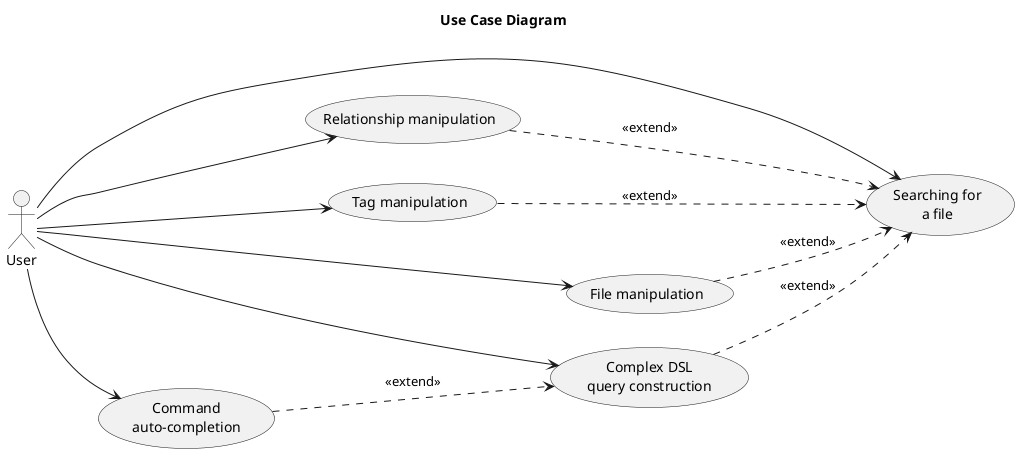
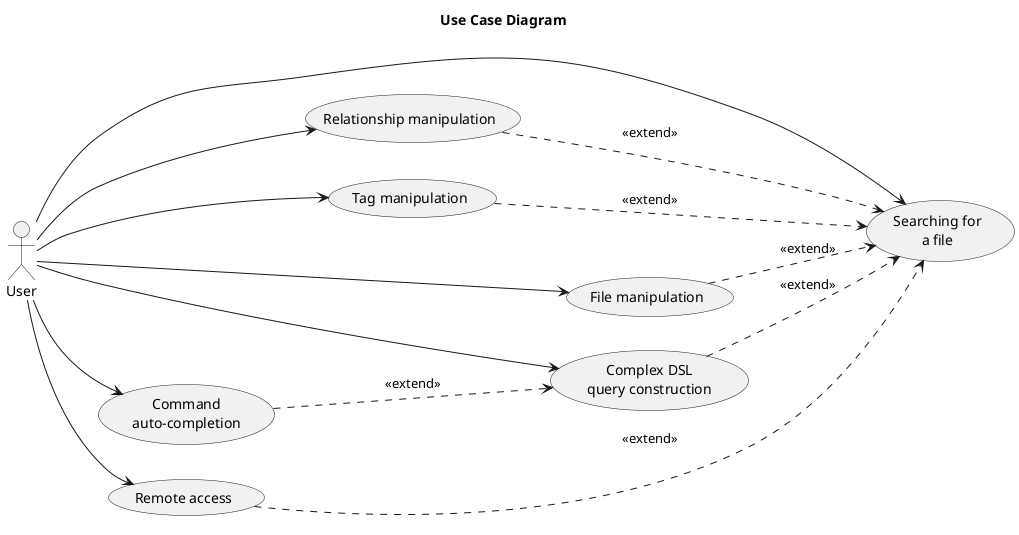
@startuml USE CASE DIAGRAM
Title Use Case Diagram

left to right direction

actor User

usecase UC1 as "Searching for\na file"
usecase UC2 as "Relationship manipulation"
usecase UC3 as "Tag manipulation"
usecase UC4 as "File manipulation"
usecase UC5 as "Complex DSL\nquery construction"
usecase UC6 as "Command\nauto-completion"
+ usecase UC7 as "Remote access"

User  --> UC1
User  --> UC2
User  --> UC3
User  --> UC4
User  --> UC5
User  --> UC6
+ User  --> UC7

UC2 ..> UC1 : <<extend>>
UC3 ..> UC1 : <<extend>>
UC4 ..> UC1 : <<extend>>
UC5 ..> UC1 : <<extend>>
UC6 ..> UC5 : <<extend>>
+ UC7 ..> UC1 : <<extend>>

- @enduml+ @enduml
